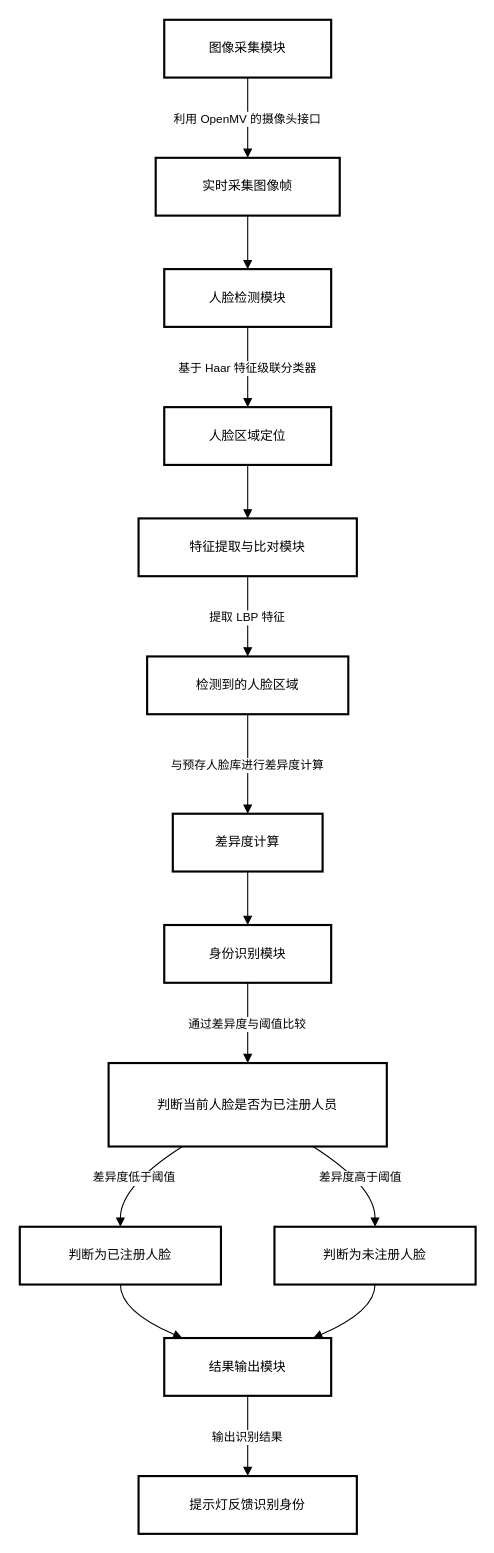
Before: E-R图/openmv人脸识别系统框图.drawio in my-private-codes/draw.io, a draw.io diagram. Source tidied: cells renumbered, new cells numbered last; positions are measured from the earlier drawing's top-left corner, leaving out a move shared by most shapes. Both pictures are drawn from the tidied source at 107%, with x=0, y=0 at pixel (19, 19).
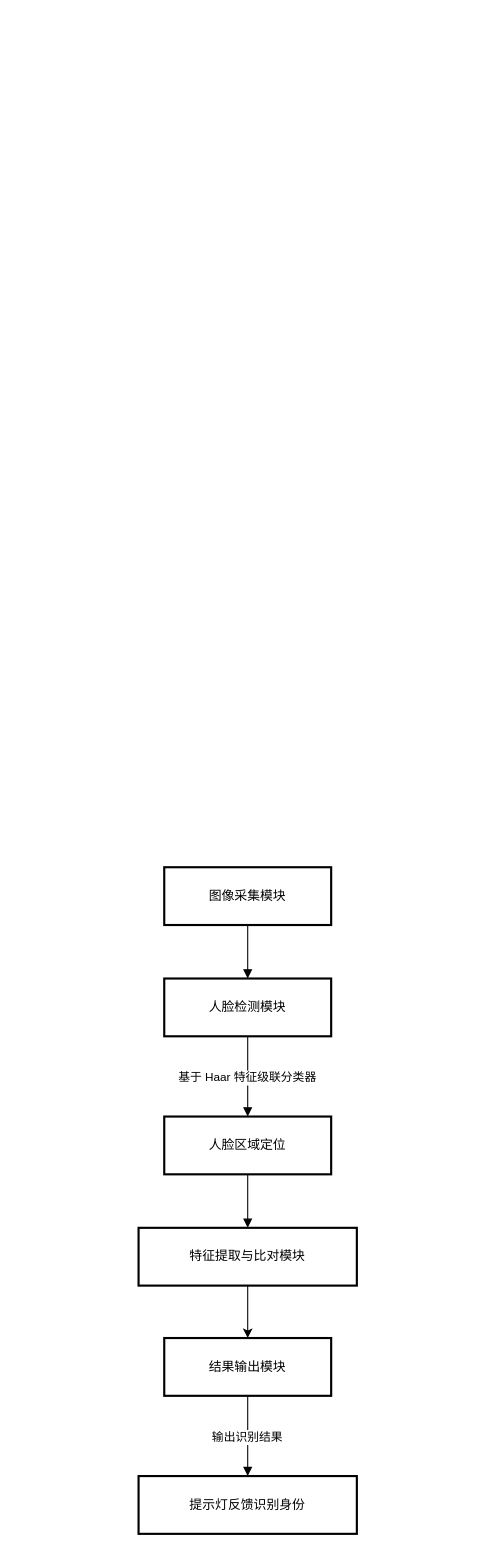
After the change.

Commit message:
更新openmv人脸识别系统框图.drawio

The change refers to these unchanged cells:
```xml
<mxCell id="13" value="结果输出模块" style="whiteSpace=wrap;strokeWidth=2;" parent="1" vertex="1">
  <mxGeometry x="135" y="1232" width="156" height="54" as="geometry" />
</mxCell>
```

What changed in the source:
```diff
@@
     <mxCell id="2" value="图像采集模块" style="whiteSpace=wrap;strokeWidth=2;" parent="1" vertex="1">
-      <mxGeometry x="135" width="156" height="54" as="geometry" />
+      <mxGeometry x="135" y="792" width="156" height="54" as="geometry" />
     </mxCell>
-    <mxCell id="3" value="实时采集图像帧" style="whiteSpace=wrap;strokeWidth=2;" parent="1" vertex="1">
-      <mxGeometry x="127" y="129" width="172" height="54" as="geometry" />
-    </mxCell>
     <mxCell id="4" value="人脸检测模块" style="whiteSpace=wrap;strokeWidth=2;" parent="1" vertex="1">
-      <mxGeometry x="135" y="233" width="156" height="54" as="geometry" />
+      <mxGeometry x="135" y="896" width="156" height="54" as="geometry" />
     </mxCell>
     <mxCell id="5" value="人脸区域定位" style="whiteSpace=wrap;strokeWidth=2;" parent="1" vertex="1">
-      <mxGeometry x="135" y="362" width="156" height="54" as="geometry" />
+      <mxGeometry x="135" y="1025" width="156" height="54" as="geometry" />
     </mxCell>
+    <mxCell id="28" style="edgeStyle=orthogonalEdgeStyle;rounded=0;jettySize=auto;html=1;exitX=0.5;exitY=1;exitDx=0;exitDy=0;" parent="1" edge="1" source="6" target="13">
+      <mxGeometry relative="1" as="geometry" />
+    </mxCell>
     <mxCell id="6" value="特征提取与比对模块" style="whiteSpace=wrap;strokeWidth=2;" parent="1" vertex="1">
-      <mxGeometry x="111" y="466" width="204" height="54" as="geometry" />
+      <mxGeometry x="111" y="1129" width="204" height="54" as="geometry" />
     </mxCell>
-    <mxCell id="7" value="检测到的人脸区域" style="whiteSpace=wrap;strokeWidth=2;" parent="1" vertex="1">
-      <mxGeometry x="119" y="595" width="188" height="54" as="geometry" />
-    </mxCell>
-    <mxCell id="8" value="差异度计算" style="whiteSpace=wrap;strokeWidth=2;" parent="1" vertex="1">
-      <mxGeometry x="143" y="742" width="140" height="54" as="geometry" />
-    </mxCell>
-    <mxCell id="9" value="身份识别模块" style="whiteSpace=wrap;strokeWidth=2;" parent="1" vertex="1">
-      <mxGeometry x="135" y="846" width="156" height="54" as="geometry" />
-    </mxCell>
-    <mxCell id="10" value="判断当前人脸是否为已注册人员" style="whiteSpace=wrap;strokeWidth=2;" parent="1" vertex="1">
-      <mxGeometry x="83" y="975" width="260" height="78" as="geometry" />
-    </mxCell>
-    <mxCell id="11" value="判断为已注册人脸" style="whiteSpace=wrap;strokeWidth=2;" parent="1" vertex="1">
-      <mxGeometry y="1128" width="188" height="54" as="geometry" />
-    </mxCell>
-    <mxCell id="12" value="判断为未注册人脸" style="whiteSpace=wrap;strokeWidth=2;" parent="1" vertex="1">
-      <mxGeometry x="238" y="1128" width="188" height="54" as="geometry" />
-    </mxCell>
@@
-    <mxCell id="15" value="利用 OpenMV 的摄像头接口" style="curved=1;startArrow=none;endArrow=block;exitX=0.5;exitY=1;entryX=0.5;entryY=0;" parent="1" edge="1" source="2" target="3">
-      <mxGeometry relative="1" as="geometry" />
-    </mxCell>
-    <mxCell id="16" style="curved=1;startArrow=none;endArrow=block;exitX=0.5;exitY=1;entryX=0.5;entryY=0;" parent="1" edge="1" source="3" target="4">
-      <mxGeometry relative="1" as="geometry" />
+    <mxCell id="16" style="curved=1;startArrow=none;endArrow=block;exitX=0.5;exitY=1;entryX=0.5;entryY=0;" parent="1" edge="1" target="4">
+      <mxGeometry relative="1" as="geometry">
+        <mxPoint x="213" y="846" as="sourcePoint" />
+      </mxGeometry>
     </mxCell>
@@
-    <mxCell id="19" value="提取 LBP 特征" style="curved=1;startArrow=none;endArrow=block;exitX=0.5;exitY=1;entryX=0.5;entryY=0;" parent="1" edge="1" source="6" target="7">
-      <mxGeometry relative="1" as="geometry" />
-    </mxCell>
-    <mxCell id="20" value="与预存人脸库进行差异度计算" style="curved=1;startArrow=none;endArrow=block;exitX=0.5;exitY=1;entryX=0.5;entryY=-0.01;" parent="1" edge="1" source="7" target="8">
-      <mxGeometry relative="1" as="geometry" />
-    </mxCell>
-    <mxCell id="21" style="curved=1;startArrow=none;endArrow=block;exitX=0.5;exitY=0.99;entryX=0.5;entryY=-0.01;" parent="1" edge="1" source="8" target="9">
-      <mxGeometry relative="1" as="geometry" />
-    </mxCell>
-    <mxCell id="22" value="通过差异度与阈值比较" style="curved=1;startArrow=none;endArrow=block;exitX=0.5;exitY=0.99;entryX=0.5;entryY=-0.01;" parent="1" edge="1" source="9" target="10">
-      <mxGeometry relative="1" as="geometry" />
-    </mxCell>
-    <mxCell id="23" value="差异度低于阈值" style="curved=1;startArrow=none;endArrow=block;exitX=0.27;exitY=0.99;entryX=0.5;entryY=-0.01;" parent="1" edge="1" source="10" target="11">
-      <mxGeometry relative="1" as="geometry">
-        <Array as="points">
-          <mxPoint x="94" y="1090" />
-        </Array>
-      </mxGeometry>
-    </mxCell>
-    <mxCell id="24" value="差异度高于阈值" style="curved=1;startArrow=none;endArrow=block;exitX=0.73;exitY=0.99;entryX=0.5;entryY=-0.01;" parent="1" edge="1" source="10" target="12">
-      <mxGeometry relative="1" as="geometry">
-        <Array as="points">
-          <mxPoint x="332" y="1090" />
-        </Array>
-      </mxGeometry>
-    </mxCell>
-    <mxCell id="25" style="curved=1;startArrow=none;endArrow=block;exitX=0.5;exitY=0.99;entryX=0.1;entryY=-0.01;" parent="1" edge="1" source="11" target="13">
-      <mxGeometry relative="1" as="geometry">
-        <Array as="points">
-          <mxPoint x="94" y="1207" />
-        </Array>
-      </mxGeometry>
-    </mxCell>
-    <mxCell id="26" style="curved=1;startArrow=none;endArrow=block;exitX=0.5;exitY=0.99;entryX=0.9;entryY=-0.01;" parent="1" edge="1" source="12" target="13">
-      <mxGeometry relative="1" as="geometry">
-        <Array as="points">
-          <mxPoint x="332" y="1207" />
-        </Array>
-      </mxGeometry>
-    </mxCell>
```
